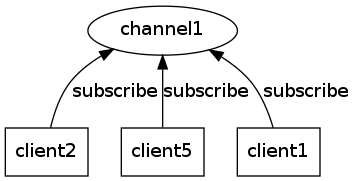
Above: feature/image/pubsub_relation.png in huangzworks/redisbook (Graphviz), before the change. Its source is kept beside it as feature/image/pubsub_relation.dot. Its diagram source:
```dot
digraph pubsub_relation {

    rankdir = BT;

    channel1 [label = "channel1"];

    node [shape = box];

    client2 [label = "client2"];
    client5 [label = "client5"];
    client1 [label = "client1"];

    client2 -> channel1 [label = "subscribe"];
    client5 -> channel1 [label = "subscribe"];
    client1 -> channel1 [label = "subscribe"];
}
```
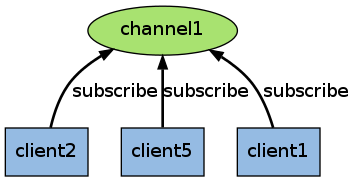
The same file after the commit.

Change to the diagram source:
```diff
@@ -2,9 +2,13 @@
 
     rankdir = BT;
 
-    channel1 [label = "channel1"];
+    node [style = filled];
 
-    node [shape = box];
+    edge [style = bold];
+
+    channel1 [label = "channel1", fillcolor = "#A8E270"];
+
+    node [shape = box, fillcolor = "#95BBE3"];
 
     client2 [label = "client2"];
     client5 [label = "client5"];
```
